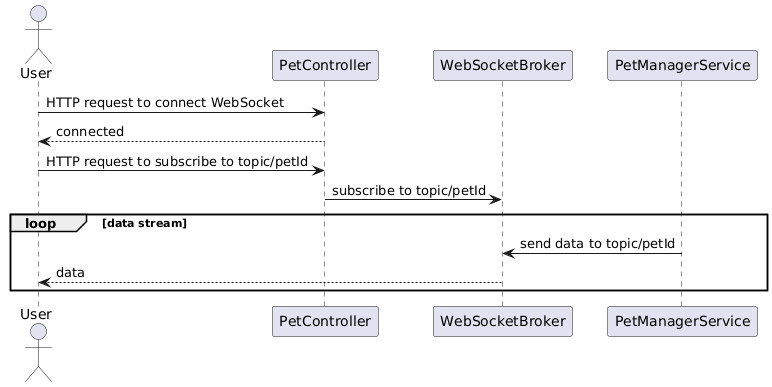
Above: Documents/Sequence Diagrams/DiagramSnapshots/ViewingPetSequenceDiagram.png in xion1358/seis-739-project-my-pet (PlantUML), before the change. The source it was exported from:
```plantuml
@startuml
actor User

participant "PetController" as Controller
participant "WebSocketBroker" as Broker
participant "PetManagerService" as Service

User -> Controller : HTTP request to connect WebSocket
Controller --> User : connected

User -> Controller : HTTP request to subscribe to topic/petId
Controller -> Broker : subscribe to topic/petId

loop data stream
    Service -> Broker : send data to topic/petId
    Broker --> User : data
end
@enduml
```
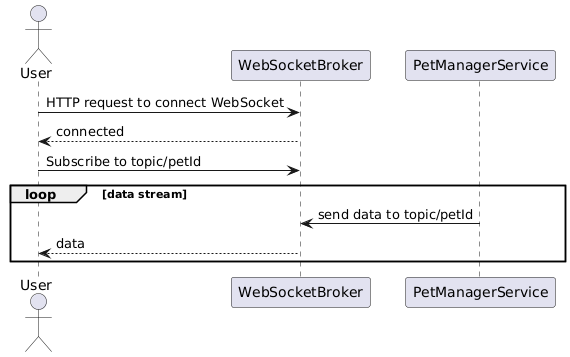
The same diagram one commit later.

What changed in the source:
```diff
@@ -1,15 +1,13 @@
 @startuml
 actor User
 
-participant "PetController" as Controller
 participant "WebSocketBroker" as Broker
 participant "PetManagerService" as Service
 
-User -> Controller : HTTP request to connect WebSocket
-Controller --> User : connected
+User -> Broker : HTTP request to connect WebSocket
+Broker --> User : connected
 
-User -> Controller : HTTP request to subscribe to topic/petId
-Controller -> Broker : subscribe to topic/petId
+User -> Broker : Subscribe to topic/petId
 
 loop data stream
     Service -> Broker : send data to topic/petId
```
